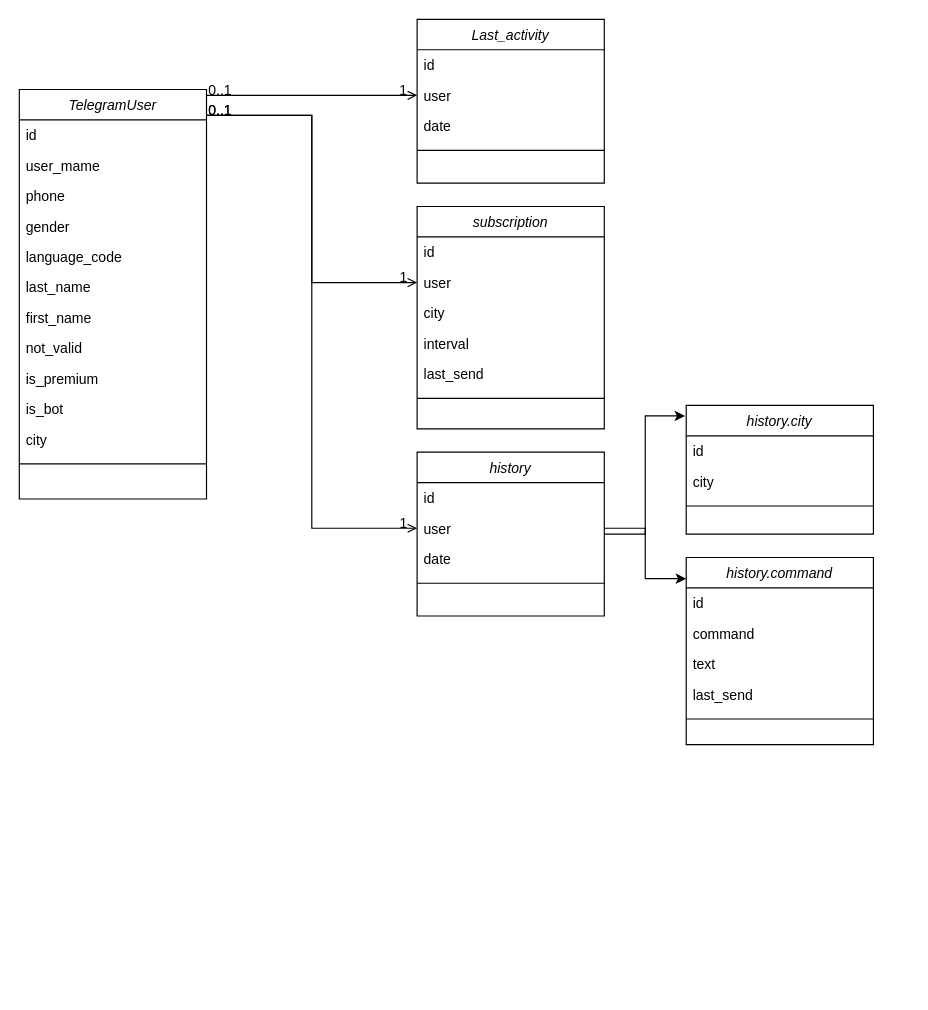
Earlier version of the draw.io diagram schema/main.drawio (IWerwolfe/weatherGPT_bot). Source tidied: cells renumbered, new cells numbered last; positions are measured from the earlier drawing's top-left corner, leaving out a move shared by most shapes. Both pictures are drawn from the tidied source at 117%, with x=0, y=0 at pixel (19, 19).
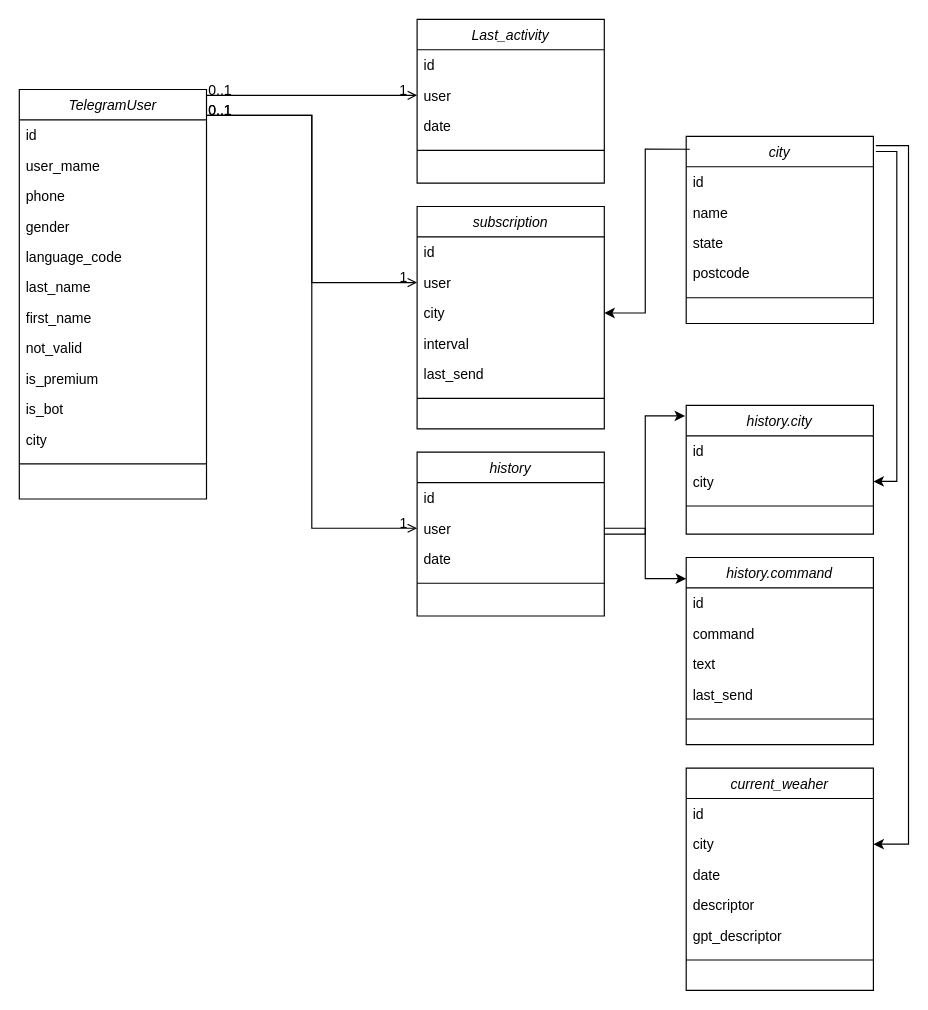
After the change.

Unchanged cells that the change refers to:
```xml
<mxCell id="26" value="city" style="text;align=left;verticalAlign=top;spacingLeft=4;spacingRight=4;overflow=hidden;points=[[0,0.5],[1,0.5]];portConstraint=eastwest;rounded=0;shadow=0;html=0;" parent="23" vertex="1">
  <mxGeometry y="78" width="160" height="26" as="geometry" />
</mxCell>
<mxCell id="44" value="city&#10;" style="text;align=left;verticalAlign=top;spacingLeft=4;spacingRight=4;overflow=hidden;points=[[0,0.5],[1,0.5]];portConstraint=eastwest;rounded=0;shadow=0;html=0;" parent="42" vertex="1">
  <mxGeometry y="52" width="160" height="26" as="geometry" />
</mxCell>
```

The edit, as a diff of the source:
```diff
@@
+    <mxCell id="53" style="edgeStyle=orthogonalEdgeStyle;rounded=0;jettySize=auto;html=1;exitX=1.013;exitY=0.081;exitDx=0;exitDy=0;exitPerimeter=0;" parent="1" edge="1" source="54" target="44">
+      <mxGeometry relative="1" as="geometry">
+        <Array as="points">
+          <mxPoint x="750" y="113" />
+          <mxPoint x="750" y="395" />
+        </Array>
+      </mxGeometry>
+    </mxCell>
+    <mxCell id="54" value="city" style="swimlane;fontStyle=2;align=center;verticalAlign=top;horizontal=1;startSize=26;rounded=0;shadow=0;strokeWidth=1;" parent="1" vertex="1">
+      <mxGeometry x="570" y="100" width="160" height="160" as="geometry" />
+    </mxCell>
+    <mxCell id="55" value="id" style="text;align=left;verticalAlign=top;spacingLeft=4;spacingRight=4;overflow=hidden;" parent="54" vertex="1">
+      <mxGeometry y="26" width="160" height="26" as="geometry" />
+    </mxCell>
+    <mxCell id="56" value="name&#10;" style="text;align=left;verticalAlign=top;spacingLeft=4;spacingRight=4;overflow=hidden;rounded=0;shadow=0;html=0;" parent="54" vertex="1">
+      <mxGeometry y="52" width="160" height="26" as="geometry" />
+    </mxCell>
+    <mxCell id="57" value="state&#10;" style="text;align=left;verticalAlign=top;spacingLeft=4;spacingRight=4;overflow=hidden;rounded=0;shadow=0;html=0;" parent="54" vertex="1">
+      <mxGeometry y="78" width="160" height="26" as="geometry" />
+    </mxCell>
+    <mxCell id="58" value="postcode" style="text;align=left;verticalAlign=top;spacingLeft=4;spacingRight=4;overflow=hidden;rounded=0;shadow=0;html=0;" parent="54" vertex="1">
+      <mxGeometry y="104" width="160" height="26" as="geometry" />
+    </mxCell>
+    <mxCell id="59" style="line;html=1;strokeWidth=1;align=left;verticalAlign=middle;spacingTop=-1;spacingLeft=3;spacingRight=3;labelPosition=right;" parent="54" vertex="1">
+      <mxGeometry y="130" width="160" height="16" as="geometry" />
+    </mxCell>
+    <mxCell id="60" style="edgeStyle=orthogonalEdgeStyle;rounded=0;jettySize=auto;html=1;exitX=0.019;exitY=0.069;exitDx=0;exitDy=0;entryX=1;entryY=0.5;entryDx=0;entryDy=0;exitPerimeter=0;" parent="1" edge="1" source="54" target="26">
+      <mxGeometry relative="1" as="geometry" />
+    </mxCell>
+    <mxCell id="61" value="current_weaher" style="swimlane;fontStyle=2;align=center;verticalAlign=top;horizontal=1;startSize=26;rounded=0;shadow=0;strokeWidth=1;" parent="1" vertex="1">
+      <mxGeometry x="570" y="640" width="160" height="190" as="geometry" />
+    </mxCell>
+    <mxCell id="62" value="id" style="text;align=left;verticalAlign=top;spacingLeft=4;spacingRight=4;overflow=hidden;" parent="61" vertex="1">
+      <mxGeometry y="26" width="160" height="26" as="geometry" />
+    </mxCell>
+    <mxCell id="63" value="city" style="text;align=left;verticalAlign=top;spacingLeft=4;spacingRight=4;overflow=hidden;points=[[0,0.5],[1,0.5]];portConstraint=eastwest;rounded=0;shadow=0;html=0;" parent="61" vertex="1">
+      <mxGeometry y="52" width="160" height="26" as="geometry" />
+    </mxCell>
+    <mxCell id="64" value="date&#10;" style="text;align=left;verticalAlign=top;spacingLeft=4;spacingRight=4;overflow=hidden;rounded=0;shadow=0;html=0;" parent="61" vertex="1">
+      <mxGeometry y="78" width="160" height="26" as="geometry" />
+    </mxCell>
+    <mxCell id="65" value="descriptor" style="text;align=left;verticalAlign=top;spacingLeft=4;spacingRight=4;overflow=hidden;rounded=0;shadow=0;html=0;" parent="61" vertex="1">
+      <mxGeometry y="104" width="160" height="26" as="geometry" />
+    </mxCell>
+    <mxCell id="66" value="gpt_descriptor" style="text;align=left;verticalAlign=top;spacingLeft=4;spacingRight=4;overflow=hidden;rounded=0;shadow=0;html=0;" parent="61" vertex="1">
+      <mxGeometry y="130" width="160" height="26" as="geometry" />
+    </mxCell>
+    <mxCell id="67" style="line;html=1;strokeWidth=1;align=left;verticalAlign=middle;spacingTop=-1;spacingLeft=3;spacingRight=3;labelPosition=right;" parent="61" vertex="1">
+      <mxGeometry y="156" width="160" height="16" as="geometry" />
+    </mxCell>
+    <mxCell id="68" style="edgeStyle=orthogonalEdgeStyle;rounded=0;jettySize=auto;html=1;exitX=1.013;exitY=0.05;exitDx=0;exitDy=0;entryX=1;entryY=0.5;entryDx=0;entryDy=0;exitPerimeter=0;" parent="1" edge="1" source="54" target="63">
+      <mxGeometry relative="1" as="geometry">
+        <Array as="points">
+          <mxPoint x="760" y="108" />
+          <mxPoint x="760" y="705" />
+        </Array>
+      </mxGeometry>
+    </mxCell>
```
